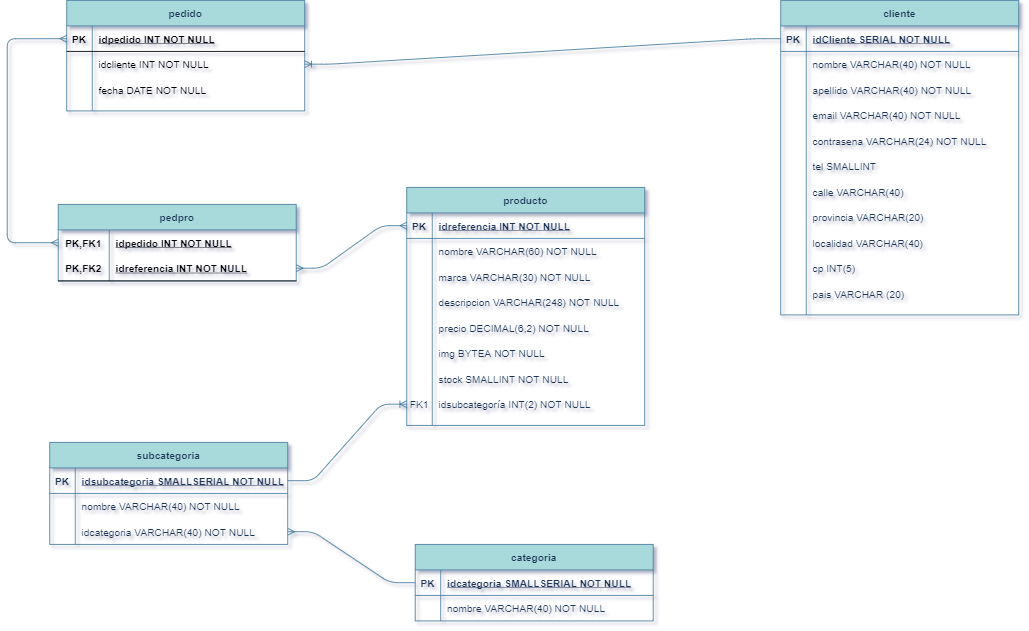
Before: Analisis/LuftGun-Modelo Relacional.png, a diagram exported from draw.io (garcanm8852/LuftGun). Source tidied: cells renumbered, new cells last; positions are measured from the earlier drawing's top-left corner, leaving out a move shared by most shapes.
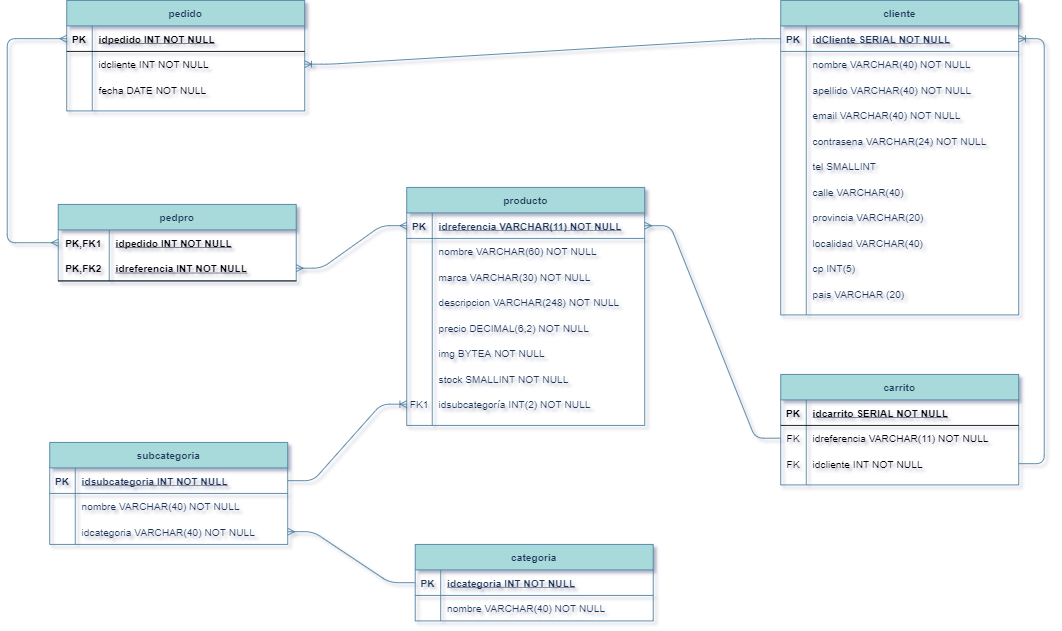
Above is the later version.

What changed in the source:
```diff
@@ -11,7 +11,7 @@
     <mxCell id="4" value="PK" style="shape=partialRectangle;fillColor=none;top=0;left=0;bottom=0;right=0;fontStyle=1;overflow=hidden;strokeColor=#457B9D;fontColor=#1D3557;" parent="3" vertex="1">
       <mxGeometry width="30" height="30" as="geometry" />
     </mxCell>
-    <mxCell id="5" value="idreferencia INT NOT NULL" style="shape=partialRectangle;fillColor=none;top=0;left=0;bottom=0;right=0;align=left;spacingLeft=6;fontStyle=5;overflow=hidden;strokeColor=#457B9D;fontColor=#1D3557;" parent="3" vertex="1">
+    <mxCell id="5" value="idreferencia VARCHAR(11) NOT NULL" style="shape=partialRectangle;fillColor=none;top=0;left=0;bottom=0;right=0;align=left;spacingLeft=6;fontStyle=5;overflow=hidden;strokeColor=#457B9D;fontColor=#1D3557;" parent="3" vertex="1">
       <mxGeometry x="30" width="250" height="30" as="geometry" />
     </mxCell>
     <mxCell id="6" style="shape=partialRectangle;fillColor=none;top=0;left=0;bottom=0;right=0;strokeColor=#457B9D;fontColor=#1D3557;" parent="2" vertex="1">
@@ -86,7 +86,7 @@
     <mxCell id="29" value="PK" style="shape=partialRectangle;fillColor=none;top=0;left=0;bottom=0;right=0;fontStyle=1;overflow=hidden;strokeColor=#457B9D;fontColor=#1D3557;" parent="28" vertex="1">
       <mxGeometry width="30" height="30" as="geometry" />
     </mxCell>
-    <mxCell id="30" value="idcategoria SMALLSERIAL NOT NULL" style="shape=partialRectangle;fillColor=none;top=0;left=0;bottom=0;right=0;align=left;spacingLeft=6;fontStyle=5;overflow=hidden;strokeColor=#457B9D;fontColor=#1D3557;" parent="28" vertex="1">
+    <mxCell id="30" value="idcategoria INT NOT NULL" style="shape=partialRectangle;fillColor=none;top=0;left=0;bottom=0;right=0;align=left;spacingLeft=6;fontStyle=5;overflow=hidden;strokeColor=#457B9D;fontColor=#1D3557;" parent="28" vertex="1">
       <mxGeometry x="30" width="250" height="30" as="geometry" />
     </mxCell>
     <mxCell id="31" style="shape=partialRectangle;fillColor=none;top=0;left=0;bottom=0;right=0;strokeColor=#457B9D;fontColor=#1D3557;" parent="27" vertex="1">
@@ -107,7 +107,7 @@
     <mxCell id="36" value="PK" style="shape=partialRectangle;fillColor=none;top=0;left=0;bottom=0;right=0;fontStyle=1;overflow=hidden;strokeColor=#457B9D;fontColor=#1D3557;" parent="35" vertex="1">
       <mxGeometry width="30" height="30" as="geometry" />
     </mxCell>
-    <mxCell id="37" value="idsubcategoria SMALLSERIAL NOT NULL" style="shape=partialRectangle;fillColor=none;top=0;left=0;bottom=0;right=0;align=left;spacingLeft=6;fontStyle=5;overflow=hidden;strokeColor=#457B9D;fontColor=#1D3557;" parent="35" vertex="1">
+    <mxCell id="37" value="idsubcategoria INT NOT NULL" style="shape=partialRectangle;fillColor=none;top=0;left=0;bottom=0;right=0;align=left;spacingLeft=6;fontStyle=5;overflow=hidden;strokeColor=#457B9D;fontColor=#1D3557;" parent="35" vertex="1">
       <mxGeometry x="30" width="250" height="30" as="geometry" />
     </mxCell>
     <mxCell id="38" style="shape=partialRectangle;fillColor=none;top=0;left=0;bottom=0;right=0;strokeColor=#457B9D;fontColor=#1D3557;" parent="34" vertex="1">
@@ -301,5 +301,41 @@
     <mxCell id="99" style="edgeStyle=entityRelationEdgeStyle;fontSize=12;html=1;endArrow=ERmany;strokeColor=#457B9D;fillColor=#A8DADC;entryX=1;entryY=0.5;entryDx=0;entryDy=0;exitX=0;exitY=0.5;exitDx=0;exitDy=0;" parent="1" edge="1" source="28" target="41">
       <mxGeometry relative="1" as="geometry" />
     </mxCell>
+    <mxCell id="100" value="carrito" style="shape=table;startSize=30;rowLines=0;fontStyle=1;align=center;rounded=0;sketch=0;strokeColor=#457B9D;fillColor=#A8DADC;fontColor=#1D3557;" parent="1" vertex="1">
+      <mxGeometry x="910" y="440" width="280" height="130" as="geometry" />
+    </mxCell>
+    <mxCell id="101" style="shape=partialRectangle;fillColor=none;top=0;left=0;bottom=1;right=0;" parent="100" vertex="1">
+      <mxGeometry y="30" width="280" height="30" as="geometry" />
+    </mxCell>
+    <mxCell id="102" value="PK" style="shape=partialRectangle;fillColor=none;top=0;left=0;bottom=0;right=0;fontStyle=1;overflow=hidden;" parent="101" vertex="1">
+      <mxGeometry width="30" height="30" as="geometry" />
+    </mxCell>
+    <mxCell id="103" value="idcarrito SERIAL NOT NULL" style="shape=partialRectangle;fillColor=none;top=0;left=0;bottom=0;right=0;align=left;spacingLeft=6;fontStyle=5;overflow=hidden;" parent="101" vertex="1">
+      <mxGeometry x="30" width="250" height="30" as="geometry" />
+    </mxCell>
+    <mxCell id="104" style="shape=partialRectangle;fillColor=none;top=0;left=0;bottom=0;right=0;points=[[0,0.5],[1,0.5]];portConstraint=eastwest;" parent="100" vertex="1">
+      <mxGeometry y="60" width="280" height="30" as="geometry" />
+    </mxCell>
+    <mxCell id="105" value="FK" style="shape=partialRectangle;fillColor=none;top=0;left=0;bottom=0;right=0;overflow=hidden;" parent="104" vertex="1">
+      <mxGeometry width="30" height="30" as="geometry" />
+    </mxCell>
+    <mxCell id="106" value="idreferencia VARCHAR(11) NOT NULL" style="shape=partialRectangle;fillColor=none;top=0;left=0;bottom=0;right=0;align=left;spacingLeft=6;overflow=hidden;" parent="104" vertex="1">
+      <mxGeometry x="30" width="250" height="30" as="geometry" />
+    </mxCell>
+    <mxCell id="107" style="shape=partialRectangle;fillColor=none;top=0;left=0;bottom=0;right=0;points=[[0,0.5],[1,0.5]];portConstraint=eastwest;" parent="100" vertex="1">
+      <mxGeometry y="90" width="280" height="30" as="geometry" />
+    </mxCell>
+    <mxCell id="108" value="FK" style="shape=partialRectangle;fillColor=none;top=0;left=0;bottom=0;right=0;overflow=hidden;" parent="107" vertex="1">
+      <mxGeometry width="30" height="30" as="geometry" />
+    </mxCell>
+    <mxCell id="109" value="idcliente INT NOT NULL" style="shape=partialRectangle;fillColor=none;top=0;left=0;bottom=0;right=0;align=left;spacingLeft=6;overflow=hidden;" parent="107" vertex="1">
+      <mxGeometry x="30" width="250" height="30" as="geometry" />
+    </mxCell>
+    <mxCell id="110" style="edgeStyle=entityRelationEdgeStyle;fontSize=12;html=1;endArrow=ERmany;strokeColor=#457B9D;fillColor=#A8DADC;entryX=1;entryY=0.5;entryDx=0;entryDy=0;exitX=0;exitY=0.5;exitDx=0;exitDy=0;" parent="1" edge="1" source="104" target="3">
+      <mxGeometry relative="1" as="geometry" />
+    </mxCell>
+    <mxCell id="111" style="edgeStyle=entityRelationEdgeStyle;fontSize=12;html=1;endArrow=ERoneToMany;strokeColor=#457B9D;fillColor=#A8DADC;entryX=1;entryY=0.5;entryDx=0;entryDy=0;exitX=1;exitY=0.5;exitDx=0;exitDy=0;" parent="1" edge="1" source="107" target="45">
+      <mxGeometry relative="1" as="geometry" />
+    </mxCell>
   </root>
 </mxGraphModel>
```
